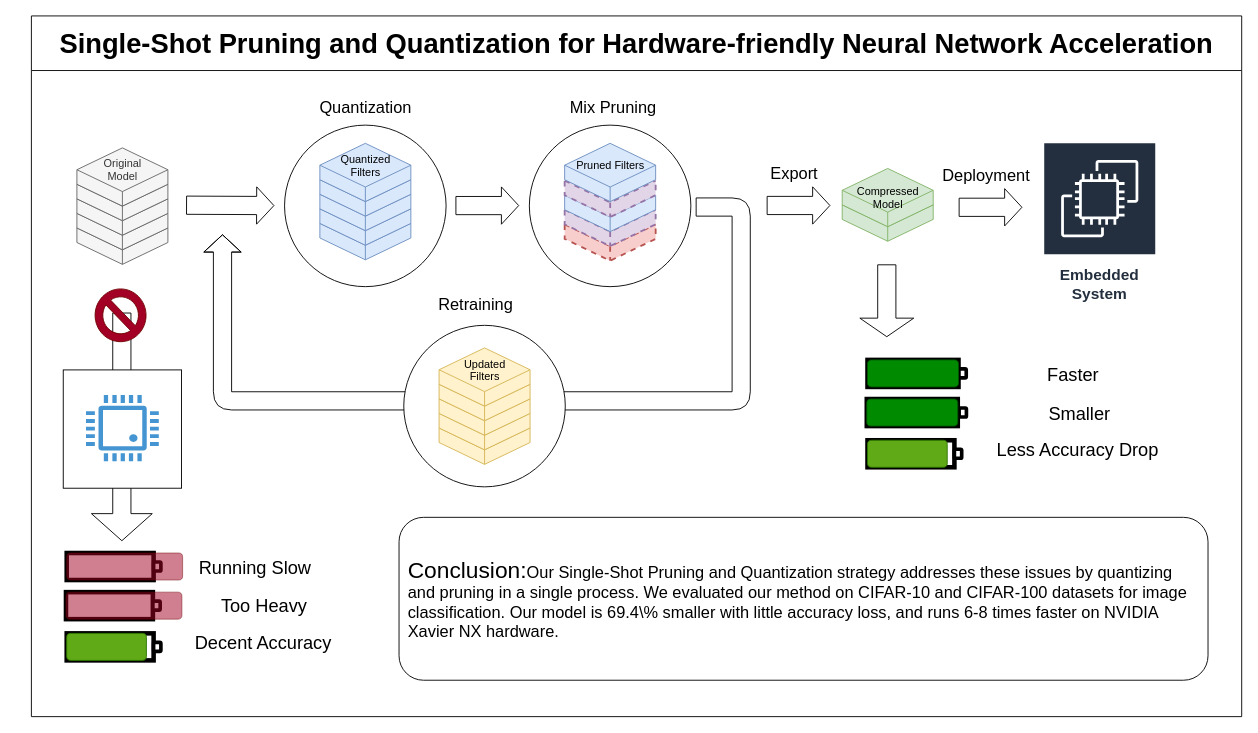
Earlier version of the draw.io diagram graphic_abstract.drawio (JIANGBOFENG/MY_GIT_Repo). Source tidied: cells renumbered, new cells numbered last; positions are measured from the earlier drawing's top-left corner, leaving out a move shared by most shapes. Both pictures are drawn from the tidied source at 91%, with x=0, y=0 at pixel (31, 15).
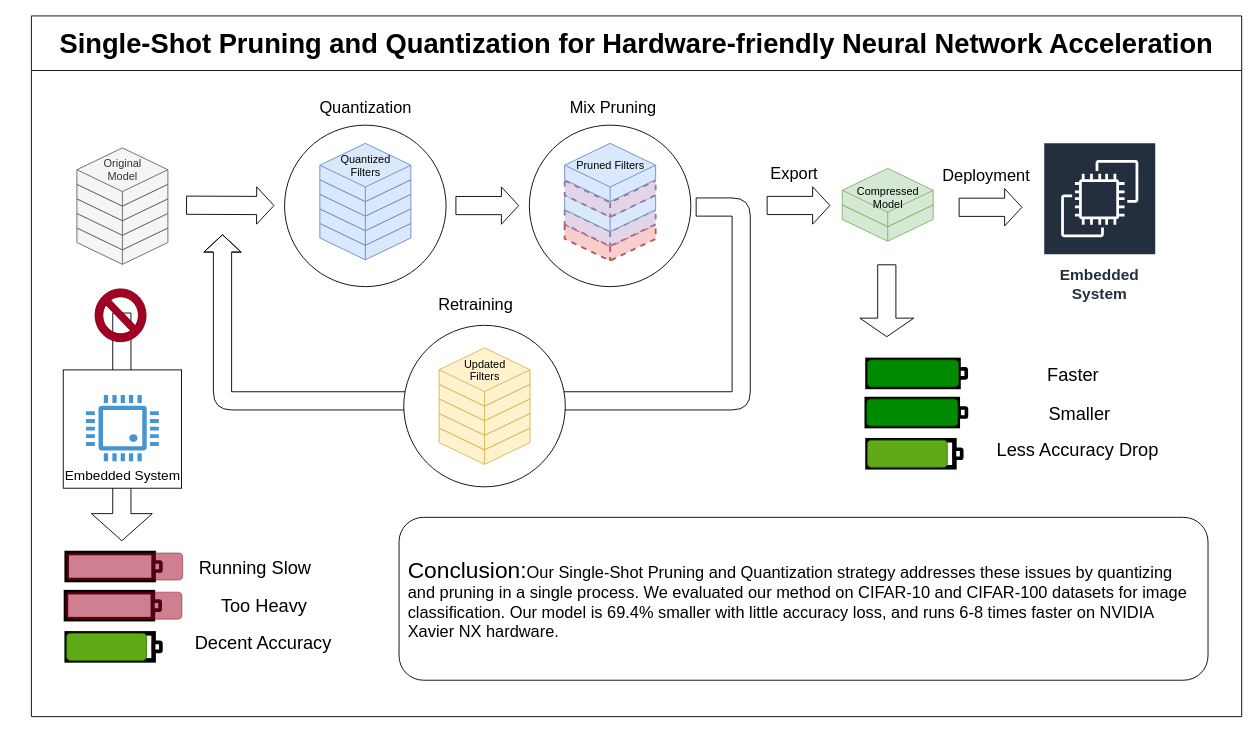
The same page after the edit.

Unchanged cells that the change refers to:
```xml
<mxCell id="2" value="&lt;font style=&quot;font-size: 30px;&quot;&gt;Single-Shot Pruning and Quantization for Hardware-friendly Neural Network Acceleration&lt;/font&gt;" style="swimlane;whiteSpace=wrap;html=1;startSize=60;" parent="1" vertex="1">
  <mxGeometry width="1330" height="770" as="geometry" />
</mxCell>
<mxCell id="25" style="group;" parent="2" vertex="1">
  <mxGeometry x="404" y="551" width="889" height="179" as="geometry" />
</mxCell>
```

What changed in the source:
```diff
@@
     <mxCell id="3" style="group;" parent="2" vertex="1">
-      <mxGeometry x="35" y="388" width="130" height="130" as="geometry" />
+      <mxGeometry x="35" y="388" width="250" height="130" as="geometry" />
     </mxCell>
@@
+    <mxCell id="93" value="&lt;font style=&quot;font-size: 15px;&quot;&gt;Embedded System&lt;/font&gt;" style="text;html=1;strokeColor=none;fillColor=none;align=center;verticalAlign=middle;whiteSpace=wrap;rounded=0;" parent="3" vertex="1">
+      <mxGeometry x="-52.5" y="101.5" width="235" height="30" as="geometry" />
+    </mxCell>
@@
-    <mxCell id="27" value="&lt;div style=&quot;text-align: left;&quot;&gt;&lt;font style=&quot;background-color: initial; font-size: 25px;&quot;&gt;Conclusion:&lt;/font&gt;&lt;font style=&quot;background-color: initial;&quot;&gt;&lt;font style=&quot;font-size: 18px;&quot;&gt;Our Single-Shot Pruning and Quantization strategy addresses these issues by quantizing and pruning in a single process. We evaluated our method on CIFAR-10 and CIFAR-100 datasets for image classification. Our model is 69.4\% smaller with little accuracy loss, and runs 6-8 times faster on NVIDIA Xavier NX hardware.&lt;/font&gt;&lt;/font&gt;&lt;/div&gt;" style="text;html=1;strokeColor=none;fillColor=none;align=center;verticalAlign=middle;whiteSpace=wrap;rounded=0;labelPosition=center;verticalLabelPosition=middle;spacing=2;" parent="25" vertex="1">
+    <mxCell id="27" value="&lt;div style=&quot;text-align: left;&quot;&gt;&lt;font style=&quot;background-color: initial; font-size: 25px;&quot;&gt;Conclusion:&lt;/font&gt;&lt;font style=&quot;background-color: initial;&quot;&gt;&lt;font style=&quot;font-size: 18px;&quot;&gt;Our Single-Shot Pruning and Quantization strategy addresses these issues by quantizing and pruning in a single process. We evaluated our method on CIFAR-10 and CIFAR-100 datasets for image classification. Our model is 69.4% smaller with little accuracy loss, and runs 6-8 times faster on NVIDIA Xavier NX hardware.&lt;/font&gt;&lt;/font&gt;&lt;/div&gt;" style="text;html=1;strokeColor=none;fillColor=none;align=center;verticalAlign=middle;whiteSpace=wrap;rounded=0;labelPosition=center;verticalLabelPosition=middle;spacing=2;" parent="25" vertex="1">
       <mxGeometry x="9" y="11.2" width="871" height="156.6" as="geometry" />
     </mxCell>
```
